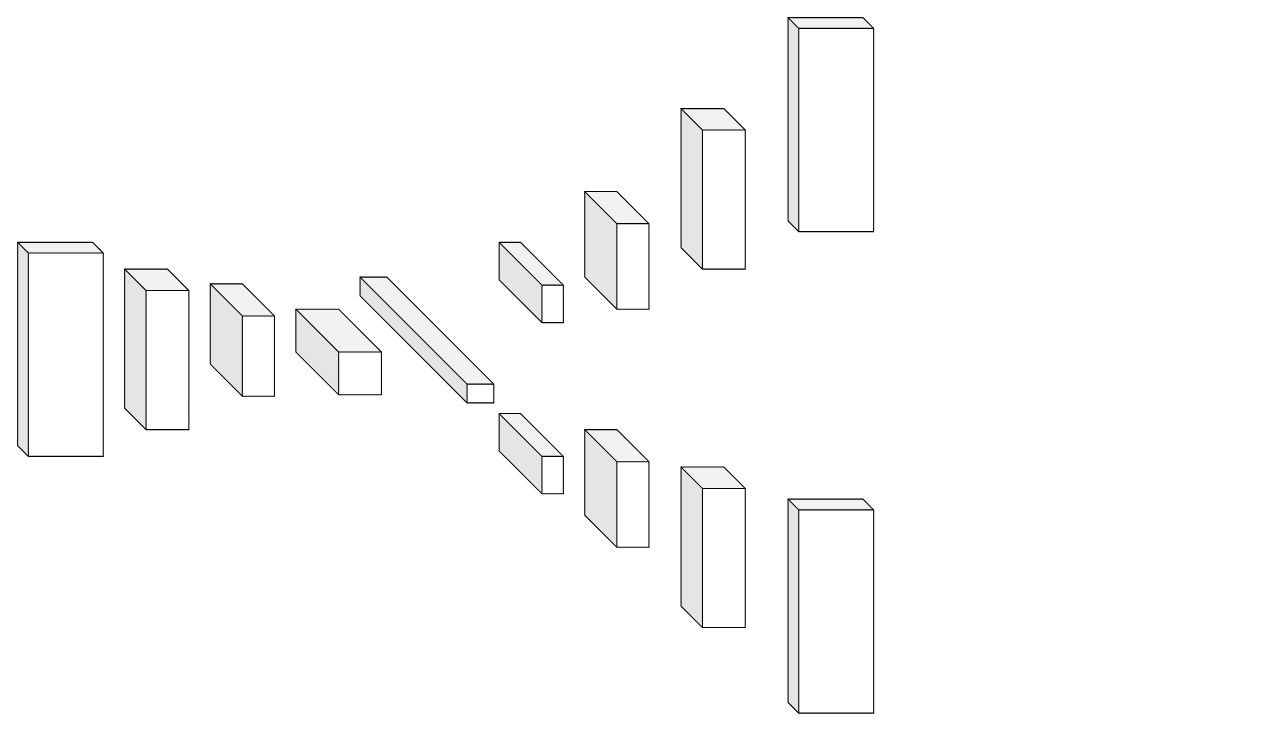
Before: Untitled Diagram.drawio in 1yash-raghav/Image_Enhancement, a draw.io diagram. Source tidied: cells renumbered, new cells numbered last; positions are measured from the earlier drawing's top-left corner, leaving out a move shared by most shapes. Both pictures are drawn from the tidied source at 107%, with x=0, y=0 at pixel (17, 17).
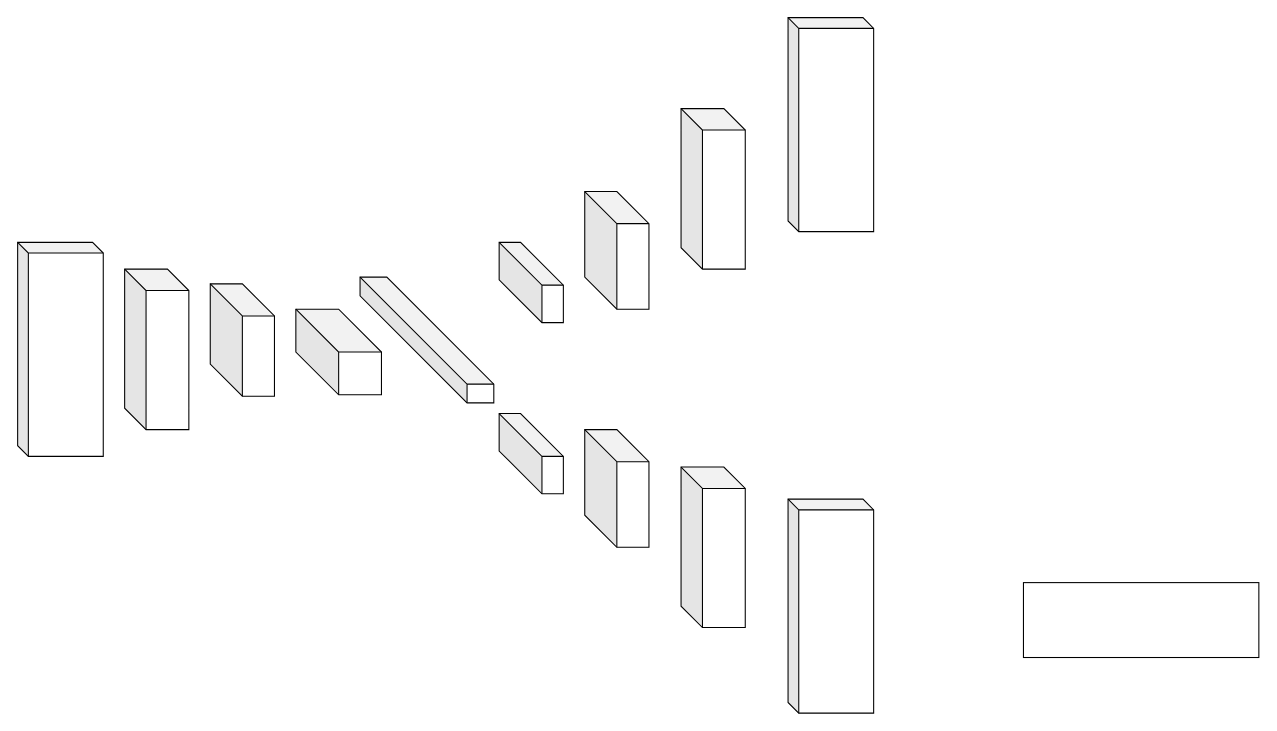
The same page after the edit.

What changed in the source:
```diff
@@
 <mxGraphModel>
   <root>
     <mxCell id="0" />
     <mxCell id="1" parent="0" />
     <mxCell id="2" style="shape=cube;whiteSpace=wrap;html=1;boundedLbl=1;backgroundOutline=1;darkOpacity=0.05;darkOpacity2=0.1;size=10;" parent="1" vertex="1">
       <mxGeometry y="210" width="80" height="200" as="geometry" />
     </mxCell>
     <mxCell id="3" style="shape=cube;whiteSpace=wrap;html=1;boundedLbl=1;backgroundOutline=1;darkOpacity=0.05;darkOpacity2=0.1;size=20;" parent="1" vertex="1">
       <mxGeometry x="100" y="235" width="60" height="150" as="geometry" />
     </mxCell>
     <mxCell id="4" style="shape=cube;whiteSpace=wrap;html=1;boundedLbl=1;backgroundOutline=1;darkOpacity=0.05;darkOpacity2=0.1;size=30;" parent="1" vertex="1">
       <mxGeometry x="180" y="248.8" width="60" height="105" as="geometry" />
     </mxCell>
     <mxCell id="5" style="shape=cube;whiteSpace=wrap;html=1;boundedLbl=1;backgroundOutline=1;darkOpacity=0.05;darkOpacity2=0.1;size=40;" parent="1" vertex="1">
       <mxGeometry x="260" y="272.5" width="80" height="80" as="geometry" />
     </mxCell>
     <mxCell id="6" style="shape=cube;whiteSpace=wrap;html=1;boundedLbl=1;backgroundOutline=1;darkOpacity=0.05;darkOpacity2=0.1;size=100;" parent="1" vertex="1">
       <mxGeometry x="320" y="242.5" width="125" height="117.5" as="geometry" />
     </mxCell>
     <mxCell id="7" style="shape=cube;whiteSpace=wrap;html=1;boundedLbl=1;backgroundOutline=1;darkOpacity=0.05;darkOpacity2=0.1;size=40;" parent="1" vertex="1">
       <mxGeometry x="450" y="210" width="60" height="75" as="geometry" />
     </mxCell>
     <mxCell id="8" style="shape=cube;whiteSpace=wrap;html=1;boundedLbl=1;backgroundOutline=1;darkOpacity=0.05;darkOpacity2=0.1;size=40;" parent="1" vertex="1">
       <mxGeometry x="450" y="370" width="60" height="75" as="geometry" />
     </mxCell>
     <mxCell id="9" style="shape=cube;whiteSpace=wrap;html=1;boundedLbl=1;backgroundOutline=1;darkOpacity=0.05;darkOpacity2=0.1;size=30;" parent="1" vertex="1">
       <mxGeometry x="530" y="162.5" width="60" height="110" as="geometry" />
     </mxCell>
     <mxCell id="10" style="shape=cube;whiteSpace=wrap;html=1;boundedLbl=1;backgroundOutline=1;darkOpacity=0.05;darkOpacity2=0.1;size=30;" parent="1" vertex="1">
       <mxGeometry x="530" y="385" width="60" height="110" as="geometry" />
     </mxCell>
     <mxCell id="11" style="shape=cube;whiteSpace=wrap;html=1;boundedLbl=1;backgroundOutline=1;darkOpacity=0.05;darkOpacity2=0.1;size=20;" parent="1" vertex="1">
       <mxGeometry x="620" y="85" width="60" height="150" as="geometry" />
     </mxCell>
     <mxCell id="12" style="shape=cube;whiteSpace=wrap;html=1;boundedLbl=1;backgroundOutline=1;darkOpacity=0.05;darkOpacity2=0.1;size=20;" parent="1" vertex="1">
       <mxGeometry x="620" y="420" width="60" height="150" as="geometry" />
     </mxCell>
     <mxCell id="13" style="shape=cube;whiteSpace=wrap;html=1;boundedLbl=1;backgroundOutline=1;darkOpacity=0.05;darkOpacity2=0.1;size=10;" parent="1" vertex="1">
       <mxGeometry x="720" width="80" height="200" as="geometry" />
     </mxCell>
     <mxCell id="14" style="shape=cube;whiteSpace=wrap;html=1;boundedLbl=1;backgroundOutline=1;darkOpacity=0.05;darkOpacity2=0.1;size=10;" parent="1" vertex="1">
       <mxGeometry x="720" y="450" width="80" height="200" as="geometry" />
     </mxCell>
+    <mxCell id="15" style="rounded=0;whiteSpace=wrap;html=1;" parent="1" vertex="1">
+      <mxGeometry x="940" y="528" width="220" height="70" as="geometry" />
+    </mxCell>
   </root>
 </mxGraphModel>
```
